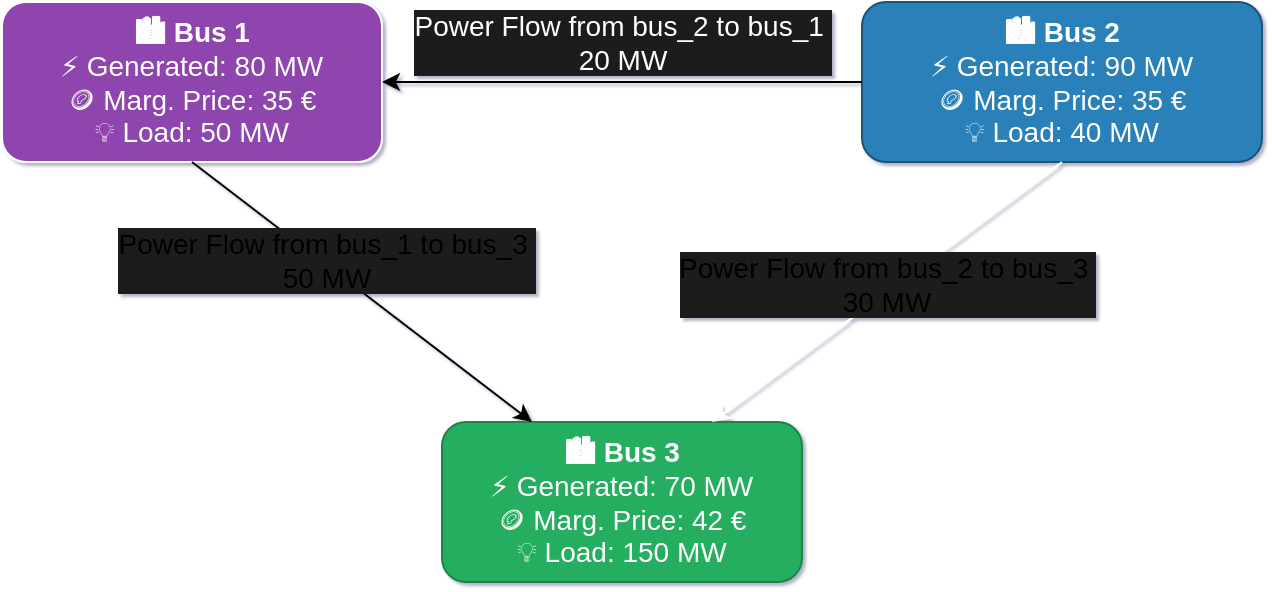
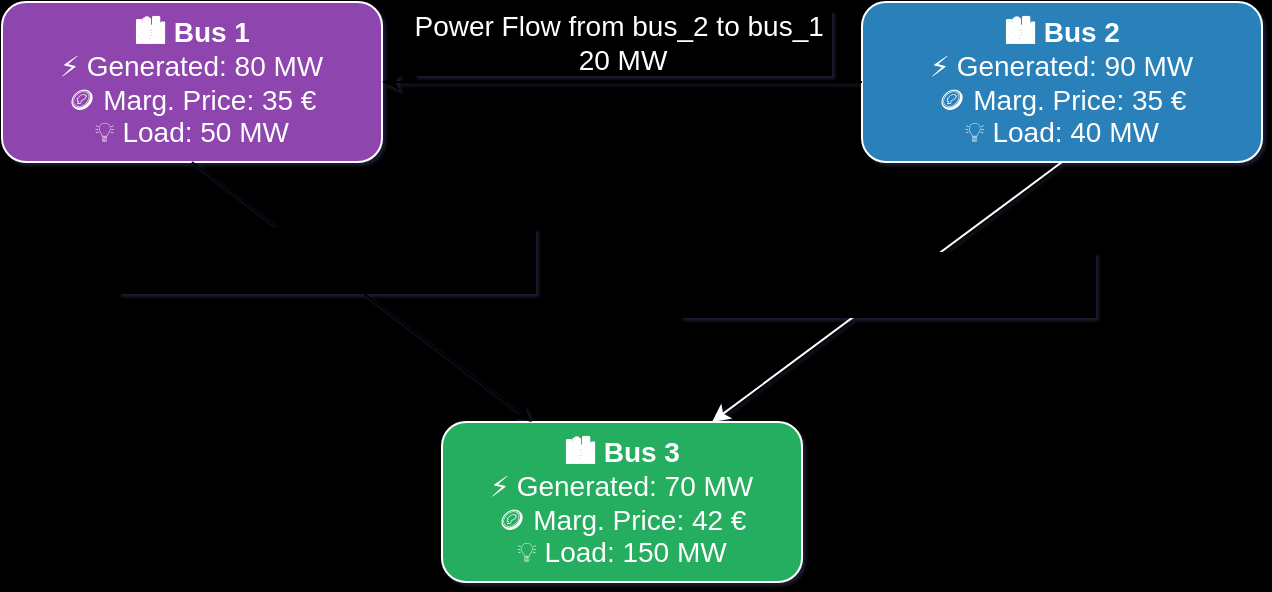
- <mxfile host="Electron" agent="Mozilla/5.0 (X11; Linux x86_64) AppleWebKit/537.36 (KHTML, like Gecko) Chrome/129.0.0.0 Safari/537.36 Edg/129.0.0.0">
+ <mxfile host="app.diagrams.net" agent="Mozilla/5.0 (X11; Linux x86_64) AppleWebKit/537.36 (KHTML, like Gecko) Chrome/129.0.0.0 Safari/537.36 Edg/129.0.0.0" version="29.2.9">
  <diagram name="Page-1" id="XNlLZ8XkYJxXmYLd3Jn4">
-     <mxGraphModel dx="1653" dy="792" grid="0" gridSize="10" guides="1" tooltips="1" connect="1" arrows="1" fold="1" page="1" pageScale="1" pageWidth="850" pageHeight="1100" background="none" math="0" shadow="1">
+     <mxGraphModel background="#000000" dx="1418" dy="834" grid="0" gridSize="10" guides="1" tooltips="1" connect="1" arrows="1" fold="1" page="1" pageScale="1" pageWidth="850" pageHeight="1100"  math="0" shadow="1">
      <root>
        <mxCell id="0" />
        <mxCell id="1" parent="0" />
-         <mxCell id="2" parent="1" style="rounded=1;whiteSpace=wrap;html=1;fillColor=#8E44AD;strokeColor=#FFFFFF;fontColor=#1E1E1E;align=center;fontSize=14;" value="&lt;font style=&quot;color: rgb(255, 255, 255);&quot;&gt;&lt;b&gt;🏙️ Bus 1&lt;/b&gt;&lt;br&gt;⚡ Generated: 80 MW&lt;br&gt;🪙 Marg. Price: 35 €&lt;/font&gt;&lt;div&gt;&lt;font style=&quot;color: rgb(255, 255, 255);&quot;&gt;💡 Load: 50 MW&lt;/font&gt;&lt;/div&gt;" vertex="1">
+         <mxCell id="2" parent="1" style="rounded=1;whiteSpace=wrap;html=1;fillColor=#8E44AD;strokeColor=#FFFFFF;fontColor=#FFFFFF;align=center;fontSize=14;" value="&lt;b&gt;🏙️ Bus 1&lt;/b&gt;&lt;br&gt;⚡ Generated: 80 MW&lt;br&gt;🪙 Marg. Price: 35 €&lt;div&gt;💡 Load: 50 MW&lt;/div&gt;" vertex="1">
          <mxGeometry height="80" width="190" x="90" y="90" as="geometry" />
        </mxCell>
-         <mxCell id="3" parent="1" style="rounded=1;whiteSpace=wrap;html=1;fillColor=#2980B9;strokeColor=#1A5276;fontColor=#1E1E1E;align=center;fontSize=14;" value="&lt;font style=&quot;color: rgb(255, 255, 255);&quot;&gt;&lt;b&gt;🏙️ Bus 2&lt;/b&gt;&lt;br&gt;⚡ Generated: 90 MW&lt;br&gt;🪙 Marg. Price: 35 €&lt;br&gt;💡 Load: 40 MW&lt;/font&gt;" vertex="1">
+         <mxCell id="3" parent="1" style="rounded=1;whiteSpace=wrap;html=1;fillColor=#2980B9;strokeColor=#FFFFFF;fontColor=#FFFFFF;align=center;fontSize=14;" value="&lt;b&gt;🏙️ Bus 2&lt;/b&gt;&lt;br&gt;⚡ Generated: 90 MW&lt;br&gt;🪙 Marg. Price: 35 €&lt;br&gt;💡 Load: 40 MW" vertex="1">
          <mxGeometry height="80" width="200" x="520" y="90" as="geometry" />
        </mxCell>
-         <mxCell id="4" parent="1" style="rounded=1;whiteSpace=wrap;html=1;fillColor=#27AE60;strokeColor=#1E8449;fontColor=#1E1E1E;align=center;fontSize=14;" value="&lt;font style=&quot;color: rgb(255, 255, 255);&quot;&gt;&lt;b&gt;🏙️ Bus 3&lt;/b&gt;&lt;br&gt;⚡ Generated: 70 MW&lt;br&gt;🪙 Marg. Price: 42 €&lt;br&gt;💡 Load: 150 MW&lt;/font&gt;" vertex="1">
+         <mxCell id="4" parent="1" style="rounded=1;whiteSpace=wrap;html=1;fillColor=#27AE60;strokeColor=#FFFFFF;fontColor=#FFFFFF;align=center;fontSize=14;" value="&lt;b&gt;🏙️ Bus 3&lt;/b&gt;&lt;br&gt;⚡ Generated: 70 MW&lt;br&gt;🪙 Marg. Price: 42 €&lt;br&gt;💡 Load: 150 MW" vertex="1">
          <mxGeometry height="80" width="180" x="310" y="300" as="geometry" />
        </mxCell>
-         <mxCell id="7" edge="1" parent="1" source="3" style="rounded=0;endArrow=classic;endFill=1;html=1;strokeColor=#FFFFFF;exitX=0.5;exitY=1;entryX=0.75;entryY=0;entryDx=0;entryDy=0;labelBackgroundColor=#1E1E1E;labelBorderColor=none;" target="4">
+         <mxCell id="7" edge="1" parent="1" source="3" style="rounded=0;endArrow=classic;endFill=1;html=1;strokeColor=#FFFFFF;exitX=0.5;exitY=1;entryX=0.75;entryY=0;entryDx=0;entryDy=0;labelBackgroundColor=#000000;labelBorderColor=none;" target="4">
          <mxGeometry relative="1" as="geometry" />
        </mxCell>
-         <mxCell id="U4eSvUKT4R-9kYWHPl_7-16" connectable="0" parent="7" style="edgeLabel;html=1;align=center;verticalAlign=middle;resizable=0;points=[];labelBackgroundColor=#1E1E1E;labelBorderColor=none;" value="&lt;span style=&quot;font-size: 12px; background-color: rgb(30, 30, 30);&quot;&gt;&lt;span style=&quot;font-size: 14px;&quot;&gt;Power Flow from bus_2 to bus_3&lt;/span&gt;&amp;nbsp;&lt;/span&gt;&lt;div&gt;&lt;span style=&quot;background-color: rgb(30, 30, 30);&quot;&gt;&lt;font style=&quot;font-size: 14px;&quot;&gt;30 MW&lt;/font&gt;&lt;/span&gt;&lt;/div&gt;" vertex="1">
+         <mxCell id="U4eSvUKT4R-9kYWHPl_7-16" connectable="0" parent="7" style="edgeLabel;html=1;align=center;verticalAlign=middle;resizable=0;points=[];labelBackgroundColor=#000000;labelBorderColor=none;" value="&lt;span style=&quot;font-size: 12px; background-color: #000000;&quot;&gt;&lt;span style=&quot;font-size: 14px;&quot;&gt;Power Flow from bus_2 to bus_3&lt;/span&gt;&amp;nbsp;&lt;/span&gt;&lt;div&gt;&lt;span style=&quot;background-color: #000000;&quot;&gt;&lt;font style=&quot;font-size: 14px;&quot;&gt;30 MW&lt;/font&gt;&lt;/span&gt;&lt;/div&gt;" vertex="1">
          <mxGeometry relative="1" x="-0.1351" as="geometry">
            <mxPoint x="-12" y="4" as="offset" />
          </mxGeometry>
        </mxCell>
-         <mxCell id="NMdnBkSFtKn1Wskrg7I0-9" edge="1" parent="1" source="2" style="endArrow=classic;html=1;rounded=0;entryX=0.25;entryY=0;entryDx=0;entryDy=0;exitX=0.5;exitY=1;exitDx=0;exitDy=0;labelBackgroundColor=#1E1E1E;labelBorderColor=none;" target="4" value="">
+         <mxCell id="NMdnBkSFtKn1Wskrg7I0-9" edge="1" parent="1" source="2" style="endArrow=classic;html=1;rounded=0;entryX=0.25;entryY=0;entryDx=0;entryDy=0;exitX=0.5;exitY=1;exitDx=0;exitDy=0;labelBackgroundColor=#000000;labelBorderColor=none;" target="4" value="">
          <mxGeometry height="50" relative="1" width="50" as="geometry">
            <mxPoint x="120" y="280" as="sourcePoint" />
            <mxPoint x="170" y="230" as="targetPoint" />
          </mxGeometry>
        </mxCell>
-         <mxCell id="NMdnBkSFtKn1Wskrg7I0-10" connectable="0" parent="NMdnBkSFtKn1Wskrg7I0-9" style="edgeLabel;html=1;align=center;verticalAlign=middle;resizable=0;points=[];labelBackgroundColor=#1E1E1E;labelBorderColor=none;" value="&lt;span style=&quot;background-color: rgb(30, 30, 30);&quot;&gt;&lt;font style=&quot;font-size: 14px;&quot;&gt;Power Flow from bus_1 to bus_3&amp;nbsp;&lt;/font&gt;&lt;/span&gt;&lt;div&gt;&lt;span style=&quot;background-color: rgb(30, 30, 30);&quot;&gt;&lt;font style=&quot;font-size: 14px;&quot;&gt;50 MW&lt;/font&gt;&lt;/span&gt;&lt;/div&gt;" vertex="1">
+         <mxCell id="NMdnBkSFtKn1Wskrg7I0-10" connectable="0" parent="NMdnBkSFtKn1Wskrg7I0-9" style="edgeLabel;html=1;align=center;verticalAlign=middle;resizable=0;points=[];labelBackgroundColor=#000000;labelBorderColor=none;" value="&lt;span style=&quot;background-color: #000000;&quot;&gt;&lt;font style=&quot;font-size: 14px;&quot;&gt;Power Flow from bus_1 to bus_3&amp;nbsp;&lt;/font&gt;&lt;/span&gt;&lt;div&gt;&lt;span style=&quot;background-color: #000000;&quot;&gt;&lt;font style=&quot;font-size: 14px;&quot;&gt;50 MW&lt;/font&gt;&lt;/span&gt;&lt;/div&gt;" vertex="1">
          <mxGeometry relative="1" x="-0.2245" y="2" as="geometry">
            <mxPoint as="offset" />
          </mxGeometry>
        </mxCell>
-         <mxCell id="ZHwVyxWx9xz-ORZm-dGL-7" edge="1" parent="1" source="3" style="endArrow=classic;html=1;rounded=0;entryX=1;entryY=0.5;entryDx=0;entryDy=0;exitX=0;exitY=0.5;exitDx=0;exitDy=0;labelBackgroundColor=#1E1E1E;labelBorderColor=none;" target="2" value="">
+         <mxCell id="ZHwVyxWx9xz-ORZm-dGL-7" edge="1" parent="1" source="3" style="endArrow=classic;html=1;rounded=0;entryX=1;entryY=0.5;entryDx=0;entryDy=0;exitX=0;exitY=0.5;exitDx=0;exitDy=0;labelBackgroundColor=#000000;labelBorderColor=none;" target="2" value="">
          <mxGeometry height="50" relative="1" width="50" as="geometry">
            <mxPoint x="400" y="450" as="sourcePoint" />
            <mxPoint x="450" y="400" as="targetPoint" />
          </mxGeometry>
        </mxCell>
-         <mxCell id="ZHwVyxWx9xz-ORZm-dGL-8" connectable="0" parent="ZHwVyxWx9xz-ORZm-dGL-7" style="edgeLabel;html=1;align=center;verticalAlign=middle;resizable=0;points=[];labelBackgroundColor=#1E1E1E;labelBorderColor=none;" value="&lt;font style=&quot;font-size: 14px; color: rgb(255, 255, 255);&quot;&gt;Power Flow from bus_2 to bus_1&amp;nbsp;&lt;/font&gt;&lt;div style=&quot;color: rgb(255, 255, 255);&quot;&gt;&lt;font style=&quot;color: rgb(255, 255, 255); font-size: 14px;&quot;&gt;20 MW&lt;/font&gt;&lt;/div&gt;" vertex="1">
+         <mxCell id="ZHwVyxWx9xz-ORZm-dGL-8" connectable="0" parent="ZHwVyxWx9xz-ORZm-dGL-7" style="edgeLabel;html=1;align=center;verticalAlign=middle;resizable=0;points=[];labelBackgroundColor=#000000;labelBorderColor=none;" value="&lt;font style=&quot;font-size: 14px; color: #FFFFFF;&quot;&gt;Power Flow from bus_2 to bus_1&amp;nbsp;&lt;/font&gt;&lt;div style=&quot;color: #FFFFFF;&quot;&gt;&lt;font style=&quot;color: #FFFFFF; font-size: 14px;&quot;&gt;20 MW&lt;/font&gt;&lt;/div&gt;" vertex="1">
          <mxGeometry relative="1" x="0.05" y="4" as="geometry">
            <mxPoint x="6" y="-24" as="offset" />
          </mxGeometry>
        </mxCell>
      </root>
    </mxGraphModel>
  </diagram>
</mxfile>
